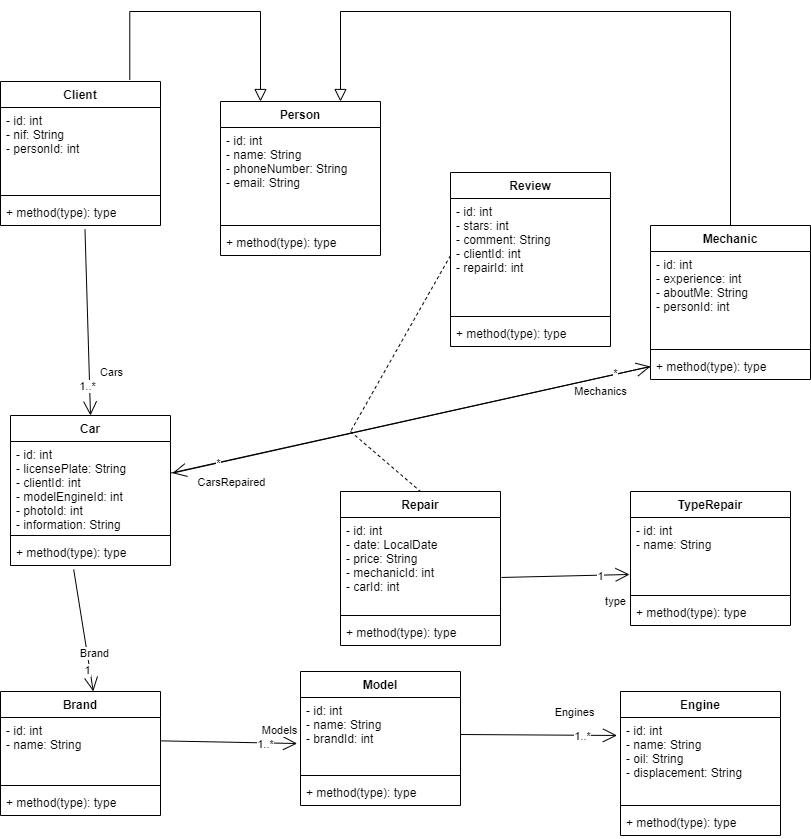
Above: ClassDiagram.drawio.png in jonhot1/Projeto-de-Desenvolvimento-M-vel- (draw.io), before the change. Source tidied: cells renumbered, new cells last; positions are measured from the earlier drawing's top-left corner, leaving out a move shared by most shapes.
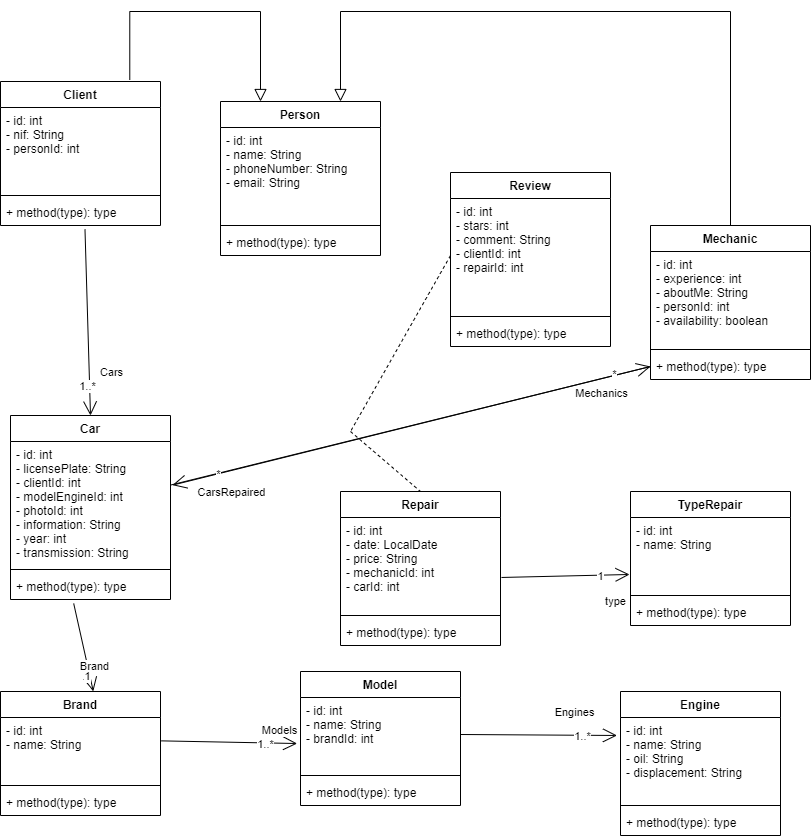
Later version of the same file.

What changed in the source:
```diff
@@ -48,7 +48,7 @@
     <mxCell id="12" value="Mechanic" style="swimlane;fontStyle=1;align=center;verticalAlign=top;horizontal=1;startSize=26;" parent="1" vertex="1">
       <mxGeometry x="650" y="214" width="160" height="154" as="geometry" />
     </mxCell>
-    <mxCell id="13" value="- id: int&#10;- experience: int&#10;- aboutMe: String&#10;- personId: int" style="text;strokeColor=none;fillColor=none;align=left;verticalAlign=top;spacingLeft=4;spacingRight=4;overflow=hidden;" parent="12" vertex="1">
+    <mxCell id="13" value="- id: int&#10;- experience: int&#10;- aboutMe: String&#10;- personId: int&#10;- availability: boolean" style="text;strokeColor=none;fillColor=none;align=left;verticalAlign=top;spacingLeft=4;spacingRight=4;overflow=hidden;" parent="12" vertex="1">
       <mxGeometry y="26" width="160" height="94" as="geometry" />
     </mxCell>
     <mxCell id="14" style="line;strokeWidth=1;fillColor=none;align=left;verticalAlign=middle;spacingTop=-1;spacingLeft=3;spacingRight=3;labelPosition=right;" parent="12" vertex="1">
@@ -70,16 +70,16 @@
       <mxGeometry y="98" width="160" height="26" as="geometry" />
     </mxCell>
     <mxCell id="20" value="Car" style="swimlane;fontStyle=1;align=center;verticalAlign=top;horizontal=1;startSize=26;" parent="1" vertex="1">
-      <mxGeometry x="10" y="404" width="160" height="150" as="geometry" />
+      <mxGeometry x="10" y="404" width="160" height="184" as="geometry" />
     </mxCell>
-    <mxCell id="21" value="- id: int&#10;- licensePlate: String&#10;- clientId: int&#10;- modelEngineId: int&#10;- photoId: int&#10;- information: String" style="text;strokeColor=none;fillColor=none;align=left;verticalAlign=top;spacingLeft=4;spacingRight=4;overflow=hidden;points=[[0,0.5],[1,0.5]];portConstraint=eastwest;" parent="20" vertex="1">
-      <mxGeometry y="26" width="160" height="90" as="geometry" />
+    <mxCell id="21" value="- id: int&#10;- licensePlate: String&#10;- clientId: int&#10;- modelEngineId: int&#10;- photoId: int&#10;- information: String&#10;- year: int&#10;- transmission: String" style="text;strokeColor=none;fillColor=none;align=left;verticalAlign=top;spacingLeft=4;spacingRight=4;overflow=hidden;points=[[0,0.5],[1,0.5]];portConstraint=eastwest;" parent="20" vertex="1">
+      <mxGeometry y="26" width="160" height="124" as="geometry" />
     </mxCell>
     <mxCell id="22" style="line;strokeWidth=1;fillColor=none;align=left;verticalAlign=middle;spacingTop=-1;spacingLeft=3;spacingRight=3;labelPosition=right;" parent="20" vertex="1">
-      <mxGeometry y="116" width="160" height="8" as="geometry" />
+      <mxGeometry y="150" width="160" height="8" as="geometry" />
     </mxCell>
     <mxCell id="23" value="+ method(type): type" style="text;strokeColor=none;fillColor=none;align=left;verticalAlign=top;spacingLeft=4;spacingRight=4;overflow=hidden;points=[[0,0.5],[1,0.5]];portConstraint=eastwest;" parent="20" vertex="1">
-      <mxGeometry y="124" width="160" height="26" as="geometry" />
+      <mxGeometry y="158" width="160" height="26" as="geometry" />
     </mxCell>
     <mxCell id="24" value="Engine" style="swimlane;fontStyle=1;align=center;verticalAlign=top;horizontal=1;startSize=26;" parent="1" vertex="1">
       <mxGeometry x="620" y="680" width="160" height="144" as="geometry" />
```
